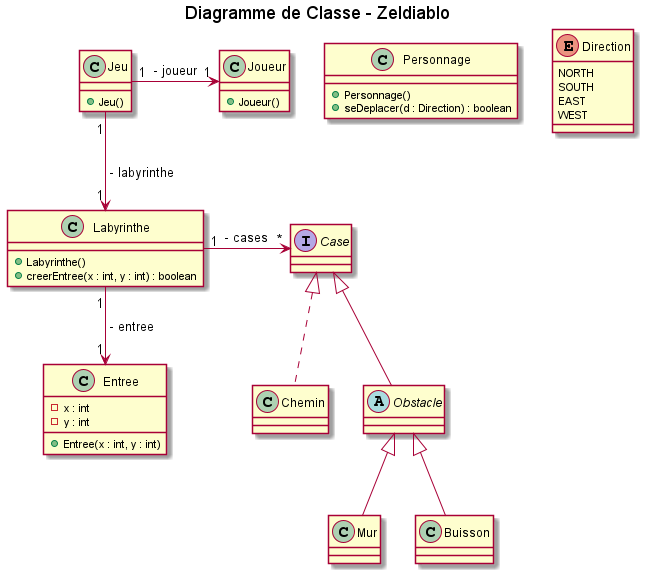
Earlier version of the PlantUML export documents/version_1/diagrammes/classe/diagClasseV1.png (arnoux23u-IUTNC/2021_COO_Zeldiablo).
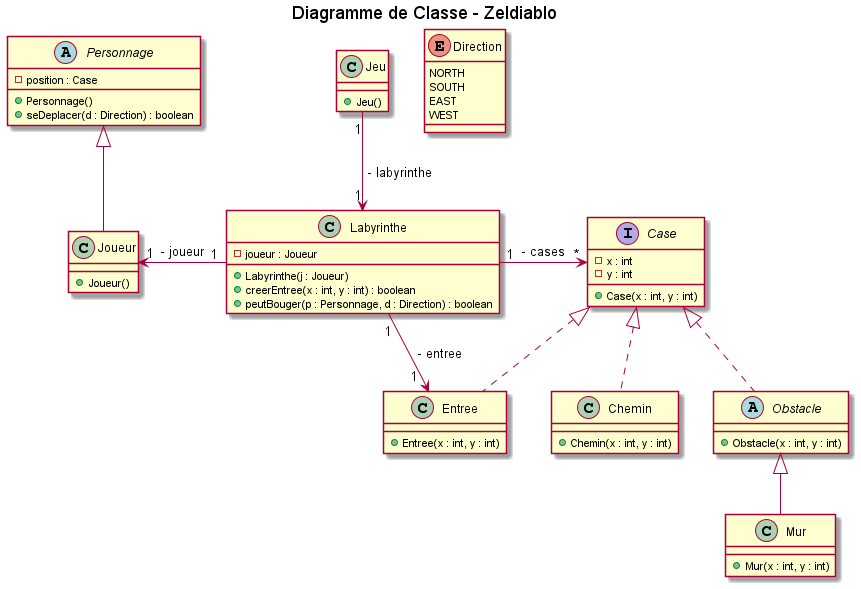
The same diagram one commit later.

Commit message:
IMPORTANT : NEW CLASS DIAGRAM

What changed in the source:
```diff
@@ -6,37 +6,43 @@
     + Jeu()
 }
 
-class Personnage{
+abstract class Personnage{
+    - position : Case
     + Personnage()
     + seDeplacer(d : Direction) : boolean
 }
 
 class Labyrinthe{
-    + Labyrinthe()
+    - joueur : Joueur
+    + Labyrinthe(j : Joueur)
     + creerEntree(x : int, y : int) : boolean
+    + peutBouger(p : Personnage, d : Direction) : boolean
 }
 
 interface Case{
+    - x : int
+    - y : int
+    + Case(x : int, y : int)
 }
 
 class Chemin implements Case{
+    + Chemin(x : int, y : int)
 }
 
-abstract class Obstacle extends Case{
+abstract class Obstacle implements Case{
+    + Obstacle(x : int, y : int)
 }
 
 class Mur extends Obstacle{
-}
-class Buisson extends Obstacle{
+    + Mur(x : int, y : int)
 }
 
-class Entree{
-    - x : int
-    - y : int
+class Entree implements Case{
+
     + Entree(x : int, y : int)
 }
 
-class Joueur{
+class Joueur extends Personnage{
     + Joueur()
 }
 
@@ -48,8 +54,8 @@
 }
 
 Jeu "1" -down-> "1" Labyrinthe: " - labyrinthe"
-Labyrinthe "1" -down-> "1" Entree: " - entree "
+Labyrinthe "1" -down-> "                1" Entree: " - entree "
 Labyrinthe "1" -right-> "*" Case: " - cases "
-Jeu "1" -right-> "1" Joueur: " - joueur "
+Labyrinthe "1" -left-> "1" Joueur: " - joueur "
 
 @enduml
```
